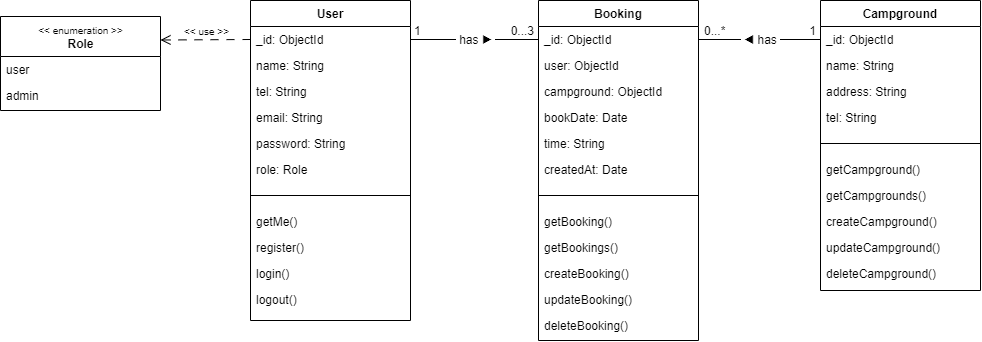
Earlier version of the draw.io export presentation/Class_Diagram/campgroundBooking.png (2110503TACEDT66/presentation-day-1-i-am-the-bone-of-my-sources). Source tidied: cells renumbered, new cells last; positions are measured from the earlier drawing's top-left corner, leaving out a move shared by most shapes.
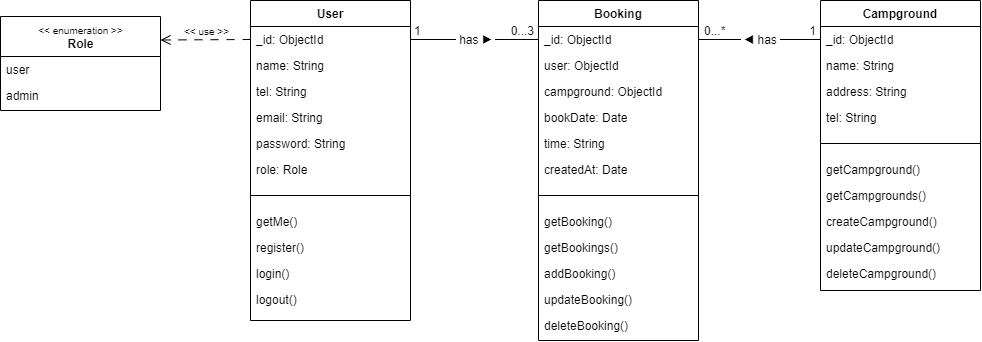
The same diagram one commit later.

Commit message:
wrong method name

The edit, as a diff of the source:
```diff
@@ -74,7 +74,7 @@
     <mxCell id="25" value="getBookings()" style="text;align=left;verticalAlign=top;spacingLeft=4;spacingRight=4;overflow=hidden;" parent="15" vertex="1">
       <mxGeometry y="234" width="160" height="26" as="geometry" />
     </mxCell>
-    <mxCell id="26" value="createBooking()" style="text;align=left;verticalAlign=top;spacingLeft=4;spacingRight=4;overflow=hidden;" parent="15" vertex="1">
+    <mxCell id="26" value="addBooking()" style="text;align=left;verticalAlign=top;spacingLeft=4;spacingRight=4;overflow=hidden;" parent="15" vertex="1">
       <mxGeometry y="260" width="160" height="26" as="geometry" />
     </mxCell>
     <mxCell id="27" value="updateBooking()" style="text;align=left;verticalAlign=top;spacingLeft=4;spacingRight=4;overflow=hidden;" parent="15" vertex="1">
```
